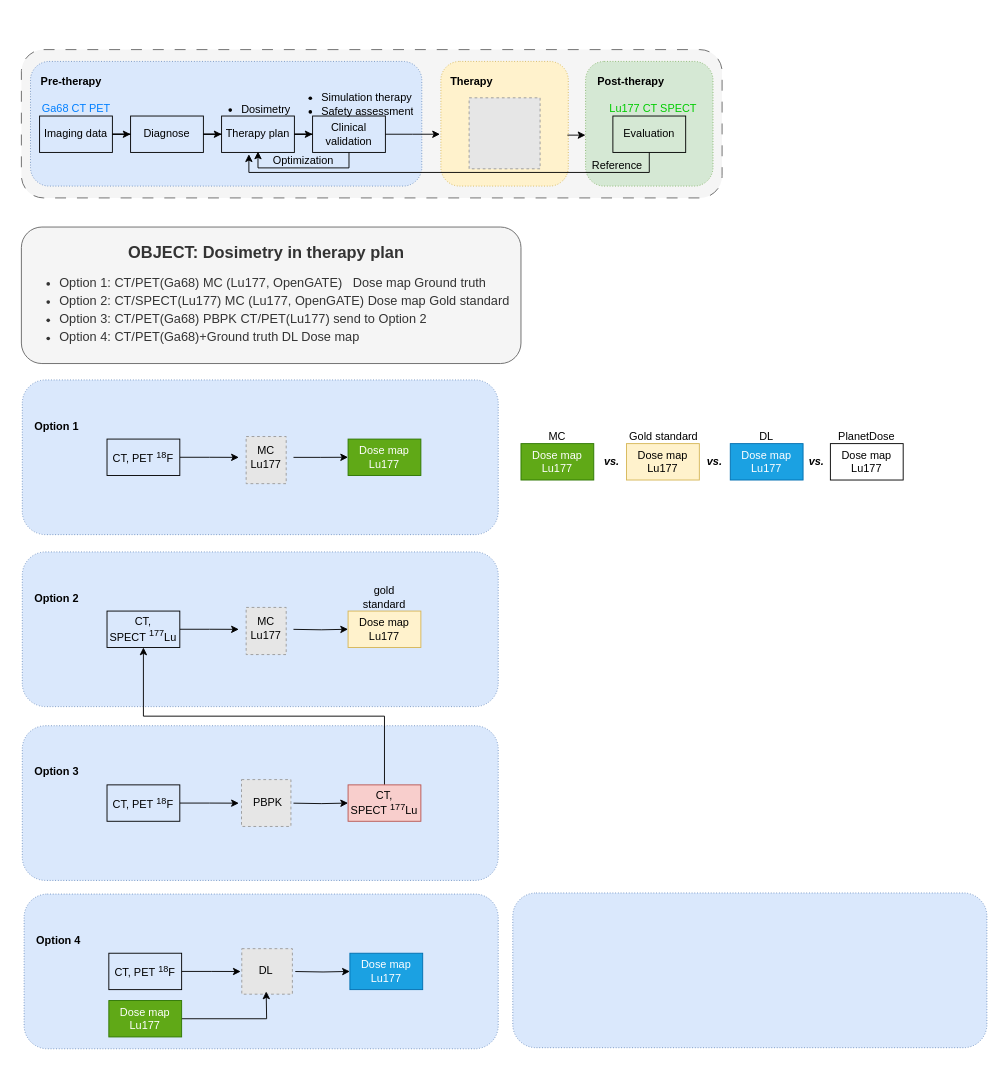
This is page "workflow" (5 of 5) of Fig_CS/source-file/work_treatment.drawio from jizhang02/Figure-Factory, a draw.io file, before an edit. Source tidied: cells renumbered, new cells numbered last; positions are measured from the earlier drawing's top-left corner, leaving out a move shared by most shapes. Both pictures are drawn from the tidied source at 91%, with x=0, y=0 at pixel (15, 49). Pictures stored in the file or linked from it are replaced by grey dashed boxes.
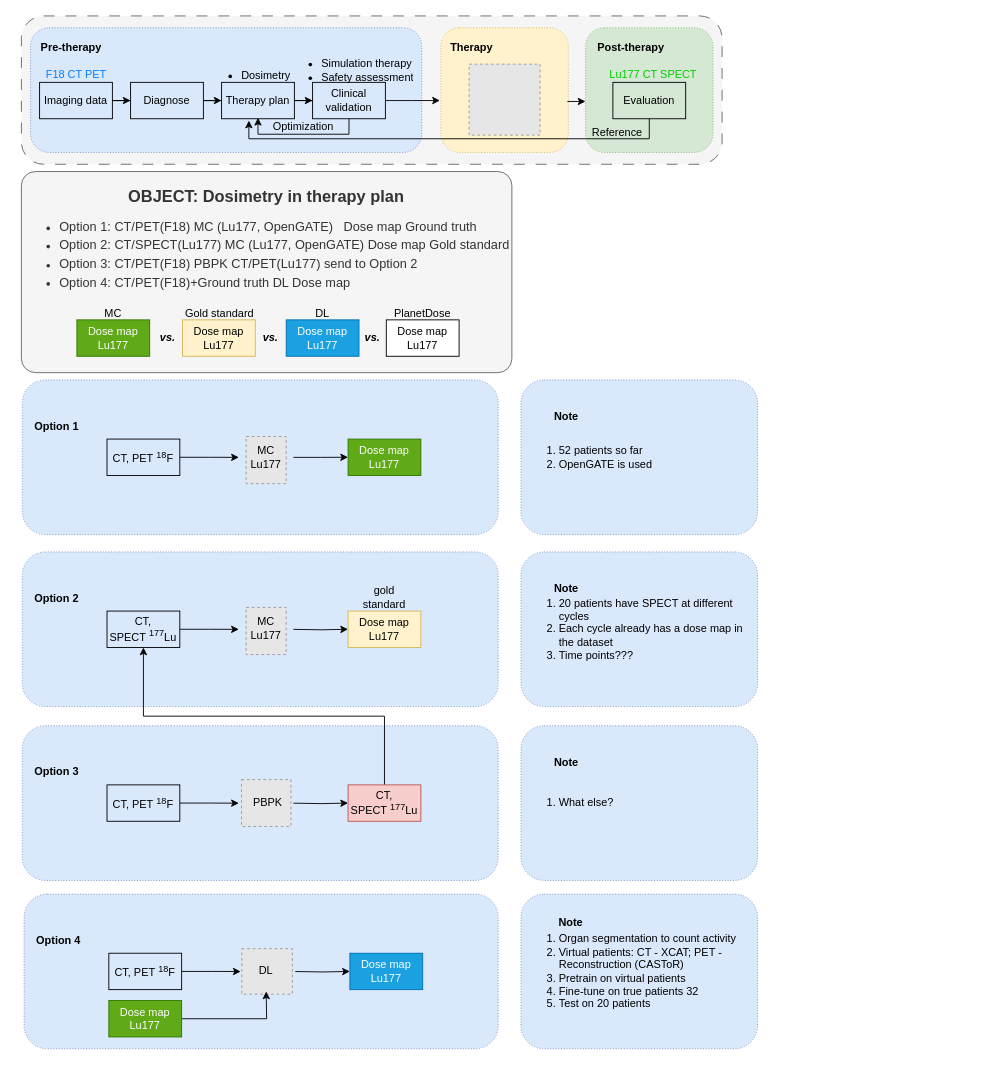
The same diagram, later.

The edit, as a diff of the source:
```diff
@@
     <mxCell id="3" style="rounded=1;whiteSpace=wrap;html=1;dashed=1;dashPattern=12 12;fillColor=#f5f5f5;strokeColor=#666666;fontColor=#333333;" parent="1" vertex="1">
-      <mxGeometry x="6" width="770" height="163" as="geometry" />
+      <mxGeometry x="6" y="-37" width="770" height="163" as="geometry" />
     </mxCell>
     <mxCell id="4" style="rounded=1;whiteSpace=wrap;html=1;dashed=1;dashPattern=1 2;fillColor=#d5e8d4;strokeColor=#82b366;" parent="1" vertex="1">
-      <mxGeometry x="626" y="13" width="140" height="137" as="geometry" />
+      <mxGeometry x="626" y="-24" width="140" height="137" as="geometry" />
     </mxCell>
     <mxCell id="5" style="rounded=1;whiteSpace=wrap;html=1;fillColor=#dae8fc;dashed=1;dashPattern=1 2;strokeColor=#6c8ebf;" parent="1" vertex="1">
-      <mxGeometry x="16" y="13" width="430" height="137" as="geometry" />
+      <mxGeometry x="16" y="-24" width="430" height="137" as="geometry" />
     </mxCell>
     <mxCell id="6" style="rounded=1;whiteSpace=wrap;html=1;dashed=1;dashPattern=1 2;fillColor=#fff2cc;strokeColor=#d6b656;" parent="1" vertex="1">
-      <mxGeometry x="467" y="13" width="140" height="137" as="geometry" />
+      <mxGeometry x="467" y="-24" width="140" height="137" as="geometry" />
     </mxCell>
     <mxCell id="7" value="Imaging data" style="rounded=0;whiteSpace=wrap;html=1;fillColor=none;" parent="1" vertex="1">
-      <mxGeometry x="26" y="73" width="80" height="40" as="geometry" />
+      <mxGeometry x="26" y="36" width="80" height="40" as="geometry" />
     </mxCell>
     <mxCell id="8" value="Diagnose" style="whiteSpace=wrap;html=1;rounded=0;fillColor=none;" parent="1" vertex="1">
-      <mxGeometry x="126" y="73" width="80" height="40" as="geometry" />
+      <mxGeometry x="126" y="36" width="80" height="40" as="geometry" />
     </mxCell>
@@
     <mxCell id="10" value="Therapy plan" style="whiteSpace=wrap;html=1;rounded=0;fillColor=none;" parent="1" vertex="1">
-      <mxGeometry x="226" y="73" width="80" height="40" as="geometry" />
+      <mxGeometry x="226" y="36" width="80" height="40" as="geometry" />
     </mxCell>
@@
     <mxCell id="12" style="edgeStyle=orthogonalEdgeStyle;rounded=0;jettySize=auto;html=1;" parent="1" edge="1" source="14">
       <mxGeometry relative="1" as="geometry">
-        <mxPoint x="266" y="112" as="targetPoint" />
+        <mxPoint x="266" y="75" as="targetPoint" />
         <Array as="points">
-          <mxPoint x="366" y="130" />
-          <mxPoint x="266" y="130" />
-          <mxPoint x="266" y="112" />
+          <mxPoint x="366" y="93" />
+          <mxPoint x="266" y="93" />
+          <mxPoint x="266" y="75" />
         </Array>
       </mxGeometry>
     </mxCell>
     <mxCell id="13" style="edgeStyle=orthogonalEdgeStyle;rounded=0;jettySize=auto;html=1;" parent="1" edge="1" source="14">
       <mxGeometry relative="1" as="geometry">
-        <mxPoint x="466" y="93" as="targetPoint" />
+        <mxPoint x="466" y="56" as="targetPoint" />
       </mxGeometry>
     </mxCell>
     <mxCell id="14" value="Clinical validation" style="whiteSpace=wrap;html=1;rounded=0;fillColor=none;" parent="1" vertex="1">
-      <mxGeometry x="326" y="73" width="80" height="40" as="geometry" />
+      <mxGeometry x="326" y="36" width="80" height="40" as="geometry" />
     </mxCell>
@@
     <mxCell id="16" value="&lt;ul&gt;&lt;li&gt;Simulation therapy&lt;/li&gt;&lt;li&gt;Safety assessment&lt;/li&gt;&lt;/ul&gt;" style="text;strokeColor=none;fillColor=none;html=1;whiteSpace=wrap;verticalAlign=middle;overflow=hidden;" parent="1" vertex="1">
-      <mxGeometry x="293.5" y="30" width="145" height="60" as="geometry" />
+      <mxGeometry x="293.5" y="-7" width="145" height="60" as="geometry" />
     </mxCell>
     <mxCell id="17" value="Optimization" style="text;html=1;strokeColor=none;fillColor=none;align=center;verticalAlign=middle;whiteSpace=wrap;rounded=0;" parent="1" vertex="1">
-      <mxGeometry x="286" y="107" width="60" height="30" as="geometry" />
+      <mxGeometry x="286" y="70" width="60" height="30" as="geometry" />
     </mxCell>
     <mxCell id="18" style="edgeStyle=orthogonalEdgeStyle;rounded=0;jettySize=auto;html=1;exitX=0.5;exitY=1;exitDx=0;exitDy=0;" parent="1" edge="1" source="19">
       <mxGeometry relative="1" as="geometry">
-        <mxPoint x="256" y="115" as="targetPoint" />
+        <mxPoint x="256" y="78" as="targetPoint" />
         <Array as="points">
-          <mxPoint x="696" y="135" />
-          <mxPoint x="256" y="135" />
+          <mxPoint x="696" y="98" />
+          <mxPoint x="256" y="98" />
         </Array>
       </mxGeometry>
     </mxCell>
     <mxCell id="19" value="Evaluation" style="whiteSpace=wrap;html=1;rounded=0;fillColor=none;" parent="1" vertex="1">
-      <mxGeometry x="656" y="73" width="80" height="40" as="geometry" />
+      <mxGeometry x="656" y="36" width="80" height="40" as="geometry" />
     </mxCell>
     <mxCell id="20" value="Pre-therapy" style="text;html=1;strokeColor=none;fillColor=none;align=center;verticalAlign=middle;whiteSpace=wrap;rounded=0;fontStyle=1;" parent="1" vertex="1">
-      <mxGeometry x="16" y="20" width="90" height="30" as="geometry" />
+      <mxGeometry x="16" y="-17" width="90" height="30" as="geometry" />
     </mxCell>
     <mxCell id="21" value="Therapy" style="text;html=1;strokeColor=none;fillColor=none;align=center;verticalAlign=middle;whiteSpace=wrap;rounded=0;fontStyle=1;" parent="1" vertex="1">
-      <mxGeometry x="456" y="20" width="90" height="30" as="geometry" />
+      <mxGeometry x="456" y="-17" width="90" height="30" as="geometry" />
     </mxCell>
     <mxCell id="22" value="Post-therapy" style="text;html=1;strokeColor=none;fillColor=none;align=center;verticalAlign=middle;whiteSpace=wrap;rounded=0;fontStyle=1;" parent="1" vertex="1">
-      <mxGeometry x="631" y="20" width="90" height="30" as="geometry" />
+      <mxGeometry x="631" y="-17" width="90" height="30" as="geometry" />
     </mxCell>
     <mxCell id="23" value="Reference" style="text;html=1;strokeColor=none;fillColor=none;align=center;verticalAlign=middle;whiteSpace=wrap;rounded=0;" parent="1" vertex="1">
-      <mxGeometry x="631" y="113" width="60" height="30" as="geometry" />
+      <mxGeometry x="631" y="76" width="60" height="30" as="geometry" />
     </mxCell>
     <mxCell id="24" style="edgeStyle=orthogonalEdgeStyle;rounded=0;jettySize=auto;html=1;entryX=-0.001;entryY=0.588;entryDx=0;entryDy=0;entryPerimeter=0;" parent="1" edge="1" target="4">
       <mxGeometry relative="1" as="geometry">
-        <mxPoint x="606" y="94" as="sourcePoint" />
+        <mxPoint x="606" y="57" as="sourcePoint" />
       </mxGeometry>
     </mxCell>
     <mxCell id="25" style="fillColor=#E6E6E6;strokeColor=#999999;dashed=1;verticalLabelPosition=bottom;labelBackgroundColor=default;verticalAlign=top;" parent="1" vertex="1">
-      <mxGeometry x="498" y="53" width="78" height="78" as="geometry" />
+      <mxGeometry x="498" y="16" width="78" height="78" as="geometry" />
     </mxCell>
-    <mxCell id="26" value="&lt;font color=&quot;#007fff&quot;&gt;Ga68 CT PET&lt;/font&gt;" style="text;html=1;strokeColor=none;fillColor=none;align=center;verticalAlign=middle;whiteSpace=wrap;rounded=0;" parent="1" vertex="1">
-      <mxGeometry x="27" y="50" width="79" height="30" as="geometry" />
+    <mxCell id="26" value="&lt;font color=&quot;#007fff&quot;&gt;F18&amp;nbsp;CT PET&lt;/font&gt;" style="text;html=1;strokeColor=none;fillColor=none;align=center;verticalAlign=middle;whiteSpace=wrap;rounded=0;" parent="1" vertex="1">
+      <mxGeometry x="27" y="13" width="79" height="30" as="geometry" />
     </mxCell>
     <mxCell id="27" value="&lt;font color=&quot;#00cc00&quot;&gt;Lu177 CT SPECT&lt;/font&gt;" style="text;html=1;strokeColor=none;fillColor=none;align=center;verticalAlign=middle;whiteSpace=wrap;rounded=0;" parent="1" vertex="1">
-      <mxGeometry x="650" y="50" width="101" height="30" as="geometry" />
+      <mxGeometry x="650" y="13" width="101" height="30" as="geometry" />
     </mxCell>
     <mxCell id="28" value="&lt;ul&gt;&lt;li&gt;Dosimetry&lt;/li&gt;&lt;/ul&gt;" style="text;strokeColor=none;fillColor=none;html=1;whiteSpace=wrap;verticalAlign=middle;overflow=hidden;" parent="1" vertex="1">
-      <mxGeometry x="206" y="44" width="100" height="40" as="geometry" />
+      <mxGeometry x="206" y="7" width="100" height="40" as="geometry" />
     </mxCell>
-    <mxCell id="29" value="&lt;p style=&quot;line-height: 190%;&quot;&gt;&lt;/p&gt;&lt;div style=&quot;text-align: center; line-height: 160%;&quot;&gt;&lt;b style=&quot;font-size: 18px; background-color: initial;&quot;&gt;OBJECT: Dosimetry in therapy plan&lt;/b&gt;&lt;/div&gt;&lt;p style=&quot;line-height: 160%;&quot;&gt;&lt;/p&gt;&lt;ul style=&quot;line-height: 160%;&quot;&gt;&lt;li style=&quot;&quot;&gt;&lt;font style=&quot;font-size: 14px;&quot;&gt;&lt;span style=&quot;background-color: initial;&quot;&gt;Option 1: CT/PET(Ga68) MC (Lu177, OpenGATE)&amp;nbsp; &amp;nbsp;Dose map Ground truth&lt;/span&gt;&lt;/font&gt;&amp;nbsp;&lt;span style=&quot;white-space: pre;&quot;&gt;&#9;&lt;/span&gt;&lt;/li&gt;&lt;li style=&quot;&quot;&gt;&lt;font style=&quot;font-size: 14px;&quot;&gt;&lt;span style=&quot;background-color: initial;&quot;&gt;Option 2: CT/SPECT(Lu177) MC (Lu177, OpenGATE) Dose map Gold standard&lt;/span&gt;&lt;/font&gt;&lt;/li&gt;&lt;li style=&quot;&quot;&gt;&lt;font style=&quot;font-size: 14px;&quot;&gt;&lt;span style=&quot;background-color: initial;&quot;&gt;Option 3: CT/PET(Ga68) PBPK CT/PET(Lu177) send to Option 2&lt;/span&gt;&lt;/font&gt;&lt;/li&gt;&lt;li style=&quot;&quot;&gt;&lt;font style=&quot;font-size: 14px;&quot;&gt;&lt;span style=&quot;background-color: initial;&quot;&gt;Option 4: CT/PET(Ga68)+Ground truth DL Dose map&lt;/span&gt;&lt;/font&gt;&lt;/li&gt;&lt;/ul&gt;&lt;p&gt;&lt;/p&gt;" style="rounded=1;whiteSpace=wrap;html=1;fillColor=#f5f5f5;align=left;fontColor=#333333;strokeColor=#666666;" parent="1" vertex="1">
-      <mxGeometry x="6" y="195" width="549" height="150" as="geometry" />
+    <mxCell id="29" value="&lt;p style=&quot;line-height: 190%;&quot;&gt;&lt;/p&gt;&lt;div style=&quot;text-align: center; line-height: 160%;&quot;&gt;&lt;b style=&quot;font-size: 18px; background-color: initial;&quot;&gt;OBJECT: Dosimetry in therapy plan&lt;/b&gt;&lt;/div&gt;&lt;p style=&quot;line-height: 160%;&quot;&gt;&lt;/p&gt;&lt;ul style=&quot;line-height: 160%;&quot;&gt;&lt;li style=&quot;&quot;&gt;&lt;font style=&quot;font-size: 14px;&quot;&gt;&lt;span style=&quot;background-color: initial;&quot;&gt;Option 1: CT/PET(F18) MC (Lu177, OpenGATE)&amp;nbsp; &amp;nbsp;Dose map Ground truth&lt;/span&gt;&lt;/font&gt;&amp;nbsp;&lt;span style=&quot;white-space: pre;&quot;&gt;&#9;&lt;/span&gt;&lt;/li&gt;&lt;li style=&quot;&quot;&gt;&lt;font style=&quot;font-size: 14px;&quot;&gt;&lt;span style=&quot;background-color: initial;&quot;&gt;Option 2: CT/SPECT(Lu177) MC (Lu177, OpenGATE) Dose map Gold standard&lt;/span&gt;&lt;/font&gt;&lt;/li&gt;&lt;li style=&quot;&quot;&gt;&lt;font style=&quot;font-size: 14px;&quot;&gt;&lt;span style=&quot;background-color: initial;&quot;&gt;Option 3: CT/PET(F18) PBPK CT/PET(Lu177) send to Option 2&lt;/span&gt;&lt;/font&gt;&lt;/li&gt;&lt;li style=&quot;&quot;&gt;&lt;font style=&quot;font-size: 14px;&quot;&gt;&lt;span style=&quot;background-color: initial;&quot;&gt;Option 4: CT/PET(F18)+Ground truth DL Dose map&lt;/span&gt;&lt;/font&gt;&lt;/li&gt;&lt;/ul&gt;&lt;p&gt;&lt;/p&gt;" style="rounded=1;whiteSpace=wrap;html=1;fillColor=#f5f5f5;align=left;fontColor=#333333;strokeColor=#666666;arcSize=7;verticalAlign=top;" parent="1" vertex="1">
+      <mxGeometry x="6" y="134" width="539" height="221" as="geometry" />
     </mxCell>
@@
     <mxCell id="67" value="Dose map&lt;br&gt;Lu177" style="rounded=0;whiteSpace=wrap;html=1;fillColor=#60a917;strokeColor=#2D7600;fontColor=#ffffff;" parent="1" vertex="1">
-      <mxGeometry x="555" y="433" width="80" height="40" as="geometry" />
+      <mxGeometry x="67" y="297" width="80" height="40" as="geometry" />
     </mxCell>
     <mxCell id="68" value="Dose map&lt;br&gt;Lu177" style="rounded=0;whiteSpace=wrap;html=1;fillColor=#fff2cc;strokeColor=#d6b656;" parent="1" vertex="1">
-      <mxGeometry x="671" y="433" width="80" height="40" as="geometry" />
+      <mxGeometry x="183" y="297" width="80" height="40" as="geometry" />
     </mxCell>
     <mxCell id="69" value="Dose map&lt;br&gt;Lu177" style="rounded=0;whiteSpace=wrap;html=1;fillColor=#1ba1e2;strokeColor=#006EAF;fontColor=#ffffff;" parent="1" vertex="1">
-      <mxGeometry x="785" y="433" width="80" height="40" as="geometry" />
+      <mxGeometry x="297" y="297" width="80" height="40" as="geometry" />
     </mxCell>
     <mxCell id="70" value="&lt;i&gt;&lt;b&gt;vs.&lt;/b&gt;&lt;/i&gt;" style="text;html=1;strokeColor=none;fillColor=none;align=center;verticalAlign=middle;whiteSpace=wrap;rounded=0;" parent="1" vertex="1">
-      <mxGeometry x="635" y="438" width="40" height="30" as="geometry" />
+      <mxGeometry x="147" y="302" width="40" height="30" as="geometry" />
     </mxCell>
     <mxCell id="71" value="&lt;i&gt;&lt;b&gt;vs.&lt;/b&gt;&lt;/i&gt;" style="text;html=1;strokeColor=none;fillColor=none;align=center;verticalAlign=middle;whiteSpace=wrap;rounded=0;" parent="1" vertex="1">
-      <mxGeometry x="751" y="438" width="34" height="30" as="geometry" />
+      <mxGeometry x="263" y="302" width="34" height="30" as="geometry" />
     </mxCell>
     <mxCell id="72" value="MC" style="text;html=1;strokeColor=none;fillColor=none;align=center;verticalAlign=middle;whiteSpace=wrap;rounded=0;" parent="1" vertex="1">
-      <mxGeometry x="565" y="411" width="60" height="30" as="geometry" />
+      <mxGeometry x="77" y="275" width="60" height="30" as="geometry" />
     </mxCell>
     <mxCell id="73" value="Gold standard" style="text;html=1;strokeColor=none;fillColor=none;align=center;verticalAlign=middle;whiteSpace=wrap;rounded=0;" parent="1" vertex="1">
-      <mxGeometry x="670" y="411" width="84" height="30" as="geometry" />
+      <mxGeometry x="182" y="275" width="84" height="30" as="geometry" />
     </mxCell>
     <mxCell id="74" value="DL" style="text;html=1;strokeColor=none;fillColor=none;align=center;verticalAlign=middle;whiteSpace=wrap;rounded=0;" parent="1" vertex="1">
-      <mxGeometry x="795" y="411" width="60" height="30" as="geometry" />
+      <mxGeometry x="307" y="275" width="60" height="30" as="geometry" />
     </mxCell>
     <mxCell id="75" value="Dose map&lt;br style=&quot;border-color: var(--border-color);&quot;&gt;Lu177" style="rounded=0;whiteSpace=wrap;html=1;" parent="1" vertex="1">
-      <mxGeometry x="895" y="433" width="80" height="40" as="geometry" />
+      <mxGeometry x="407" y="297" width="80" height="40" as="geometry" />
     </mxCell>
     <mxCell id="76" value="PlanetDose" style="text;html=1;strokeColor=none;fillColor=none;align=center;verticalAlign=middle;whiteSpace=wrap;rounded=0;" parent="1" vertex="1">
-      <mxGeometry x="905" y="411" width="60" height="30" as="geometry" />
+      <mxGeometry x="417" y="275" width="60" height="30" as="geometry" />
     </mxCell>
     <mxCell id="77" value="&lt;i&gt;&lt;b&gt;vs.&lt;/b&gt;&lt;/i&gt;" style="text;html=1;strokeColor=none;fillColor=none;align=center;verticalAlign=middle;whiteSpace=wrap;rounded=0;" parent="1" vertex="1">
-      <mxGeometry x="865" y="438" width="30" height="30" as="geometry" />
+      <mxGeometry x="377" y="302" width="30" height="30" as="geometry" />
     </mxCell>
-    <mxCell id="78" style="rounded=1;whiteSpace=wrap;html=1;dashed=1;dashPattern=1 2;fillColor=#dae8fc;strokeColor=#6c8ebf;" parent="1" vertex="1">
-      <mxGeometry x="546" y="926.8" width="521" height="170" as="geometry" />
+    <mxCell id="78" value="&lt;ol&gt;&lt;li&gt;Organ segmentation to count activity&lt;/li&gt;&lt;li&gt;Virtual patients: CT - XCAT; PET - Reconstruction (CASToR)&lt;/li&gt;&lt;li&gt;Pretrain on virtual patients&lt;/li&gt;&lt;li&gt;Fine-tune on true patients 32&lt;/li&gt;&lt;li&gt;Test on 20 patients&lt;/li&gt;&lt;/ol&gt;" style="rounded=1;whiteSpace=wrap;html=1;dashed=1;dashPattern=1 2;fillColor=#dae8fc;strokeColor=#6c8ebf;align=left;" parent="1" vertex="1">
+      <mxGeometry x="555" y="928" width="260" height="170" as="geometry" />
     </mxCell>
+    <mxCell id="79" value="&lt;ol&gt;&lt;li&gt;20 patients have SPECT at different cycles&lt;/li&gt;&lt;li&gt;Each cycle already has a dose map in the dataset&lt;/li&gt;&lt;li&gt;Time points???&lt;/li&gt;&lt;/ol&gt;" style="rounded=1;whiteSpace=wrap;html=1;dashed=1;dashPattern=1 2;fillColor=#dae8fc;strokeColor=#6c8ebf;align=left;" parent="1" vertex="1">
+      <mxGeometry x="555" y="552" width="260" height="170" as="geometry" />
+    </mxCell>
+    <mxCell id="80" value="Note" style="text;html=1;strokeColor=none;fillColor=none;align=center;verticalAlign=middle;whiteSpace=wrap;rounded=0;fontStyle=1;" parent="1" vertex="1">
+      <mxGeometry x="560" y="578" width="90" height="30" as="geometry" />
+    </mxCell>
+    <mxCell id="81" value="Note" style="text;html=1;strokeColor=none;fillColor=none;align=center;verticalAlign=middle;whiteSpace=wrap;rounded=0;fontStyle=1;" parent="1" vertex="1">
+      <mxGeometry x="565" y="945" width="90" height="30" as="geometry" />
+    </mxCell>
+    <mxCell id="82" value="&lt;ol&gt;&lt;li&gt;52 patients so far&lt;/li&gt;&lt;li&gt;OpenGATE is used&lt;/li&gt;&lt;/ol&gt;" style="rounded=1;whiteSpace=wrap;html=1;dashed=1;dashPattern=1 2;fillColor=#dae8fc;strokeColor=#6c8ebf;align=left;" parent="1" vertex="1">
+      <mxGeometry x="555" y="363" width="260" height="170" as="geometry" />
+    </mxCell>
+    <mxCell id="83" value="Note" style="text;html=1;strokeColor=none;fillColor=none;align=center;verticalAlign=middle;whiteSpace=wrap;rounded=0;fontStyle=1;" parent="1" vertex="1">
+      <mxGeometry x="560" y="389" width="90" height="30" as="geometry" />
+    </mxCell>
+    <mxCell id="84" value="&lt;ol&gt;&lt;li&gt;What else?&lt;/li&gt;&lt;/ol&gt;" style="rounded=1;whiteSpace=wrap;html=1;dashed=1;dashPattern=1 2;fillColor=#dae8fc;strokeColor=#6c8ebf;align=left;" parent="1" vertex="1">
+      <mxGeometry x="555" y="743" width="260" height="170" as="geometry" />
+    </mxCell>
+    <mxCell id="85" value="Note" style="text;html=1;strokeColor=none;fillColor=none;align=center;verticalAlign=middle;whiteSpace=wrap;rounded=0;fontStyle=1;" parent="1" vertex="1">
+      <mxGeometry x="560" y="769" width="90" height="30" as="geometry" />
+    </mxCell>
```
